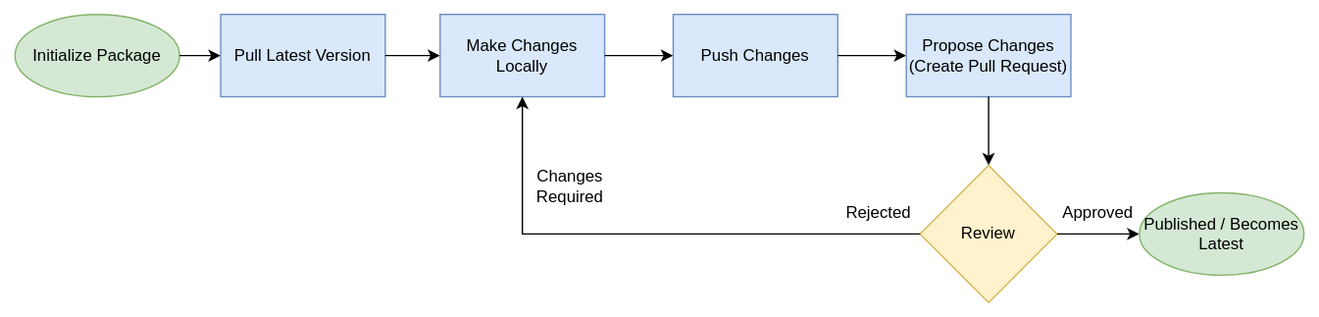
nephio-project/porch keeps this draw.io diagram as docs/static/images/porch/flowchart.drawio.svg. Above is the earlier version. Source tidied: cells renumbered, new cells last; positions are measured from the earlier drawing's top-left corner, leaving out a move shared by most shapes. Source of this version:
```xml
<mxGraphModel>
  <root>
    <mxCell id="0" />
    <mxCell id="1" parent="0" />
    <mxCell id="2" value="Initialize Package" style="ellipse;whiteSpace=wrap;html=1;fillColor=#d5e8d4;strokeColor=#82b366;" parent="1" vertex="1">
      <mxGeometry width="120" height="60" as="geometry" />
    </mxCell>
    <mxCell id="3" style="endArrow=classic;html=1;rounded=0;" parent="1" edge="1" source="2" target="4">
      <mxGeometry relative="1" as="geometry" />
    </mxCell>
    <mxCell id="4" value="Pull Latest Version" style="rounded=0;whiteSpace=wrap;html=1;fillColor=#dae8fc;strokeColor=#6c8ebf;" parent="1" vertex="1">
      <mxGeometry x="150" width="120" height="60" as="geometry" />
    </mxCell>
    <mxCell id="5" style="endArrow=classic;html=1;rounded=0;" parent="1" edge="1" source="4" target="6">
      <mxGeometry relative="1" as="geometry" />
    </mxCell>
    <mxCell id="6" value="Make Changes Locally" style="rounded=0;whiteSpace=wrap;html=1;fillColor=#dae8fc;strokeColor=#6c8ebf;" parent="1" vertex="1">
      <mxGeometry x="310" width="120" height="60" as="geometry" />
    </mxCell>
    <mxCell id="7" style="endArrow=classic;html=1;rounded=0;" parent="1" edge="1" source="6" target="8">
      <mxGeometry relative="1" as="geometry" />
    </mxCell>
    <mxCell id="8" value="Push Changes" style="rounded=0;whiteSpace=wrap;html=1;fillColor=#dae8fc;strokeColor=#6c8ebf;" parent="1" vertex="1">
      <mxGeometry x="480" width="120" height="60" as="geometry" />
    </mxCell>
    <mxCell id="9" style="endArrow=classic;html=1;rounded=0;" parent="1" edge="1" source="8" target="10">
      <mxGeometry relative="1" as="geometry" />
    </mxCell>
    <mxCell id="10" value="Propose Changes&lt;br&gt;(Create Pull Request)" style="rounded=0;whiteSpace=wrap;html=1;fillColor=#dae8fc;strokeColor=#6c8ebf;" parent="1" vertex="1">
      <mxGeometry x="650" width="120" height="60" as="geometry" />
    </mxCell>
    <mxCell id="11" style="endArrow=classic;html=1;rounded=0;" parent="1" edge="1" source="10" target="12">
      <mxGeometry relative="1" as="geometry" />
    </mxCell>
    <mxCell id="12" value="Review" style="rhombus;whiteSpace=wrap;html=1;fillColor=#fff2cc;strokeColor=#d6b656;" parent="1" vertex="1">
      <mxGeometry x="660" y="110" width="100" height="100" as="geometry" />
    </mxCell>
    <mxCell id="13" style="endArrow=classic;html=1;rounded=0;" parent="1" edge="1" source="12" target="15">
      <mxGeometry relative="1" as="geometry" />
    </mxCell>
    <mxCell id="14" value="Approved" style="text;html=1;strokeColor=none;fillColor=none;align=center;verticalAlign=middle;whiteSpace=wrap;rounded=0;" parent="1" vertex="1">
      <mxGeometry x="760" y="130" width="60" height="30" as="geometry" />
    </mxCell>
    <mxCell id="15" value="Published / Becomes Latest" style="ellipse;whiteSpace=wrap;html=1;fillColor=#d5e8d4;strokeColor=#82b366;" parent="1" vertex="1">
      <mxGeometry x="820" y="130" width="120" height="60" as="geometry" />
    </mxCell>
    <mxCell id="16" style="endArrow=classic;html=1;rounded=0;exitX=0;exitY=0.5;strokeWidth=1;entryX=0;entryY=0.5;exitDx=0;exitDy=0;" parent="1" edge="1" source="12">
      <mxGeometry relative="1" as="geometry">
        <mxPoint x="370" y="60" as="targetPoint" />
        <Array as="points">
          <mxPoint x="370" y="160" />
        </Array>
      </mxGeometry>
    </mxCell>
    <mxCell id="17" value="Rejected" style="text;html=1;strokeColor=none;fillColor=none;align=center;verticalAlign=middle;whiteSpace=wrap;rounded=0;" parent="1" vertex="1">
      <mxGeometry x="600" y="130" width="60" height="30" as="geometry" />
    </mxCell>
    <mxCell id="18" value="Changes Required" style="text;html=1;strokeColor=none;fillColor=none;align=center;verticalAlign=middle;whiteSpace=wrap;rounded=0;" parent="1" vertex="1">
      <mxGeometry x="360" y="110" width="90" height="30" as="geometry" />
    </mxCell>
  </root>
</mxGraphModel>
```
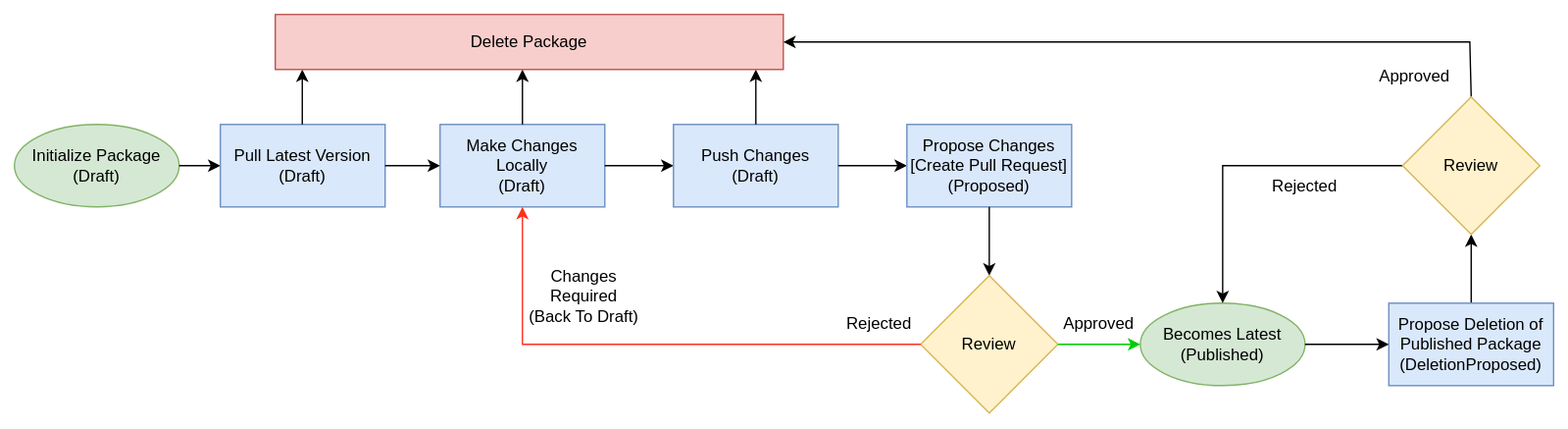
After the commit.

What changed in the source:
```diff
@@ -2,31 +2,31 @@
   <root>
     <mxCell id="0" />
     <mxCell id="1" parent="0" />
-    <mxCell id="2" value="Initialize Package" style="ellipse;whiteSpace=wrap;html=1;fillColor=#d5e8d4;strokeColor=#82b366;" parent="1" vertex="1">
+    <mxCell id="2" value="&lt;div&gt;Initialize Package&lt;/div&gt;&lt;div&gt;(Draft)&lt;/div&gt;" style="ellipse;whiteSpace=wrap;html=1;fillColor=#d5e8d4;strokeColor=#82b366;" parent="1" vertex="1">
       <mxGeometry width="120" height="60" as="geometry" />
     </mxCell>
     <mxCell id="3" style="endArrow=classic;html=1;rounded=0;" parent="1" edge="1" source="2" target="4">
       <mxGeometry relative="1" as="geometry" />
     </mxCell>
-    <mxCell id="4" value="Pull Latest Version" style="rounded=0;whiteSpace=wrap;html=1;fillColor=#dae8fc;strokeColor=#6c8ebf;" parent="1" vertex="1">
+    <mxCell id="4" value="&lt;div&gt;Pull Latest Version&lt;/div&gt;&lt;div&gt;(Draft)&lt;/div&gt;" style="rounded=0;whiteSpace=wrap;html=1;fillColor=#dae8fc;strokeColor=#6c8ebf;" parent="1" vertex="1">
       <mxGeometry x="150" width="120" height="60" as="geometry" />
     </mxCell>
     <mxCell id="5" style="endArrow=classic;html=1;rounded=0;" parent="1" edge="1" source="4" target="6">
       <mxGeometry relative="1" as="geometry" />
     </mxCell>
-    <mxCell id="6" value="Make Changes Locally" style="rounded=0;whiteSpace=wrap;html=1;fillColor=#dae8fc;strokeColor=#6c8ebf;" parent="1" vertex="1">
+    <mxCell id="6" value="&lt;div&gt;Make Changes Locally&lt;/div&gt;&lt;div&gt;(Draft)&lt;/div&gt;" style="rounded=0;whiteSpace=wrap;html=1;fillColor=#dae8fc;strokeColor=#6c8ebf;" parent="1" vertex="1">
       <mxGeometry x="310" width="120" height="60" as="geometry" />
     </mxCell>
     <mxCell id="7" style="endArrow=classic;html=1;rounded=0;" parent="1" edge="1" source="6" target="8">
       <mxGeometry relative="1" as="geometry" />
     </mxCell>
-    <mxCell id="8" value="Push Changes" style="rounded=0;whiteSpace=wrap;html=1;fillColor=#dae8fc;strokeColor=#6c8ebf;" parent="1" vertex="1">
+    <mxCell id="8" value="&lt;div&gt;Push Changes&lt;/div&gt;(Draft)" style="rounded=0;whiteSpace=wrap;html=1;fillColor=#dae8fc;strokeColor=#6c8ebf;" parent="1" vertex="1">
       <mxGeometry x="480" width="120" height="60" as="geometry" />
     </mxCell>
     <mxCell id="9" style="endArrow=classic;html=1;rounded=0;" parent="1" edge="1" source="8" target="10">
       <mxGeometry relative="1" as="geometry" />
     </mxCell>
-    <mxCell id="10" value="Propose Changes&lt;br&gt;(Create Pull Request)" style="rounded=0;whiteSpace=wrap;html=1;fillColor=#dae8fc;strokeColor=#6c8ebf;" parent="1" vertex="1">
+    <mxCell id="10" value="Propose Changes&lt;br&gt;[Create Pull Request]&lt;br&gt;(Proposed)" style="rounded=0;whiteSpace=wrap;html=1;fillColor=#dae8fc;strokeColor=#6c8ebf;" parent="1" vertex="1">
       <mxGeometry x="650" width="120" height="60" as="geometry" />
     </mxCell>
     <mxCell id="11" style="endArrow=classic;html=1;rounded=0;" parent="1" edge="1" source="10" target="12">
@@ -35,16 +35,16 @@
     <mxCell id="12" value="Review" style="rhombus;whiteSpace=wrap;html=1;fillColor=#fff2cc;strokeColor=#d6b656;" parent="1" vertex="1">
       <mxGeometry x="660" y="110" width="100" height="100" as="geometry" />
     </mxCell>
-    <mxCell id="13" style="endArrow=classic;html=1;rounded=0;" parent="1" edge="1" source="12" target="15">
+    <mxCell id="13" style="endArrow=classic;html=1;rounded=0;fontColor=#00CC00;strokeColor=#00CC00;" parent="1" edge="1" source="12" target="15">
       <mxGeometry relative="1" as="geometry" />
     </mxCell>
     <mxCell id="14" value="Approved" style="text;html=1;strokeColor=none;fillColor=none;align=center;verticalAlign=middle;whiteSpace=wrap;rounded=0;" parent="1" vertex="1">
-      <mxGeometry x="760" y="130" width="60" height="30" as="geometry" />
+      <mxGeometry x="990" y="-50" width="60" height="30" as="geometry" />
     </mxCell>
-    <mxCell id="15" value="Published / Becomes Latest" style="ellipse;whiteSpace=wrap;html=1;fillColor=#d5e8d4;strokeColor=#82b366;" parent="1" vertex="1">
+    <mxCell id="15" value="&lt;div&gt;Becomes Latest&lt;/div&gt;(Published)" style="ellipse;whiteSpace=wrap;html=1;fillColor=#d5e8d4;strokeColor=#82b366;" parent="1" vertex="1">
       <mxGeometry x="820" y="130" width="120" height="60" as="geometry" />
     </mxCell>
-    <mxCell id="16" style="endArrow=classic;html=1;rounded=0;exitX=0;exitY=0.5;strokeWidth=1;entryX=0;entryY=0.5;exitDx=0;exitDy=0;" parent="1" edge="1" source="12">
+    <mxCell id="16" style="endArrow=classic;html=1;rounded=0;exitX=0;exitY=0.5;strokeWidth=1;entryX=0;entryY=0.5;exitDx=0;exitDy=0;strokeColor=#FF2E1F;" parent="1" edge="1" source="12">
       <mxGeometry relative="1" as="geometry">
         <mxPoint x="370" y="60" as="targetPoint" />
         <Array as="points">
@@ -55,8 +55,57 @@
     <mxCell id="17" value="Rejected" style="text;html=1;strokeColor=none;fillColor=none;align=center;verticalAlign=middle;whiteSpace=wrap;rounded=0;" parent="1" vertex="1">
       <mxGeometry x="600" y="130" width="60" height="30" as="geometry" />
     </mxCell>
-    <mxCell id="18" value="Changes Required" style="text;html=1;strokeColor=none;fillColor=none;align=center;verticalAlign=middle;whiteSpace=wrap;rounded=0;" parent="1" vertex="1">
-      <mxGeometry x="360" y="110" width="90" height="30" as="geometry" />
+    <mxCell id="18" value="&lt;div&gt;Changes Required&lt;/div&gt;&lt;div&gt;(Back To Draft)&lt;/div&gt;" style="text;html=1;strokeColor=none;fillColor=none;align=center;verticalAlign=middle;whiteSpace=wrap;rounded=0;" parent="1" vertex="1">
+      <mxGeometry x="370" y="110" width="90" height="30" as="geometry" />
     </mxCell>
+    <mxCell id="19" style="endArrow=classic;html=1;rounded=0;" parent="1" edge="1">
+      <mxGeometry relative="1" as="geometry">
+        <mxPoint x="540" as="sourcePoint" />
+        <mxPoint x="540" y="-40" as="targetPoint" />
+      </mxGeometry>
+    </mxCell>
+    <mxCell id="20" style="endArrow=classic;html=1;rounded=0;" parent="1" edge="1">
+      <mxGeometry relative="1" as="geometry">
+        <mxPoint x="370" as="sourcePoint" />
+        <mxPoint x="370" y="-40" as="targetPoint" />
+      </mxGeometry>
+    </mxCell>
+    <mxCell id="21" style="endArrow=classic;html=1;rounded=0;" parent="1" edge="1">
+      <mxGeometry relative="1" as="geometry">
+        <mxPoint x="209.7" as="sourcePoint" />
+        <mxPoint x="209.7" y="-40" as="targetPoint" />
+      </mxGeometry>
+    </mxCell>
+    <mxCell id="22" value="&lt;div&gt;Delete Package&lt;/div&gt;" style="rounded=0;whiteSpace=wrap;html=1;fillColor=#f8cecc;strokeColor=#b85450;" parent="1" vertex="1">
+      <mxGeometry x="190" y="-80" width="370" height="40" as="geometry" />
+    </mxCell>
+    <mxCell id="23" style="edgeStyle=orthogonalEdgeStyle;rounded=0;jettySize=auto;html=1;entryX=0.5;entryY=1;entryDx=0;entryDy=0;" parent="1" edge="1" source="24" target="28">
+      <mxGeometry relative="1" as="geometry" />
+    </mxCell>
+    <mxCell id="24" value="Propose Deletion of Published Package&lt;br&gt;(DeletionProposed)" style="rounded=0;whiteSpace=wrap;html=1;fillColor=#dae8fc;strokeColor=#6c8ebf;" parent="1" vertex="1">
+      <mxGeometry x="1001" y="130" width="120" height="60" as="geometry" />
+    </mxCell>
+    <mxCell id="25" style="endArrow=classic;html=1;rounded=0;entryX=0;entryY=0.5;entryDx=0;entryDy=0;exitX=1;exitY=0.5;exitDx=0;exitDy=0;" parent="1" edge="1" source="15" target="24">
+      <mxGeometry relative="1" as="geometry" />
+    </mxCell>
+    <mxCell id="26" style="endArrow=classic;html=1;rounded=0;entryX=1;entryY=0.5;entryDx=0;entryDy=0;exitX=0.5;exitY=0;exitDx=0;exitDy=0;" parent="1" edge="1" source="28" target="22">
+      <mxGeometry relative="1" as="geometry">
+        <Array as="points">
+          <mxPoint x="1060" y="-60" />
+        </Array>
+      </mxGeometry>
+    </mxCell>
+    <mxCell id="27" style="edgeStyle=orthogonalEdgeStyle;rounded=0;jettySize=auto;html=1;entryX=0.5;entryY=0;entryDx=0;entryDy=0;" parent="1" edge="1" source="28" target="15">
+      <mxGeometry relative="1" as="geometry" />
+    </mxCell>
+    <mxCell id="28" value="Review" style="rhombus;whiteSpace=wrap;html=1;fillColor=#fff2cc;strokeColor=#d6b656;" parent="1" vertex="1">
+      <mxGeometry x="1011" y="-20" width="100" height="100" as="geometry" />
+    </mxCell>
+    <mxCell id="29" value="Rejected" style="text;html=1;strokeColor=none;fillColor=none;align=center;verticalAlign=middle;whiteSpace=wrap;rounded=0;" parent="1" vertex="1">
+      <mxGeometry x="910" y="30" width="60" height="30" as="geometry" />
+    </mxCell>
+    <mxCell id="30" value="Approved" style="text;html=1;strokeColor=none;fillColor=none;align=center;verticalAlign=middle;whiteSpace=wrap;rounded=0;" parent="1" vertex="1">
+      <mxGeometry x="760" y="130" width="60" height="30" as="geometry" />
+    </mxCell>
   </root>
 </mxGraphModel>
```
